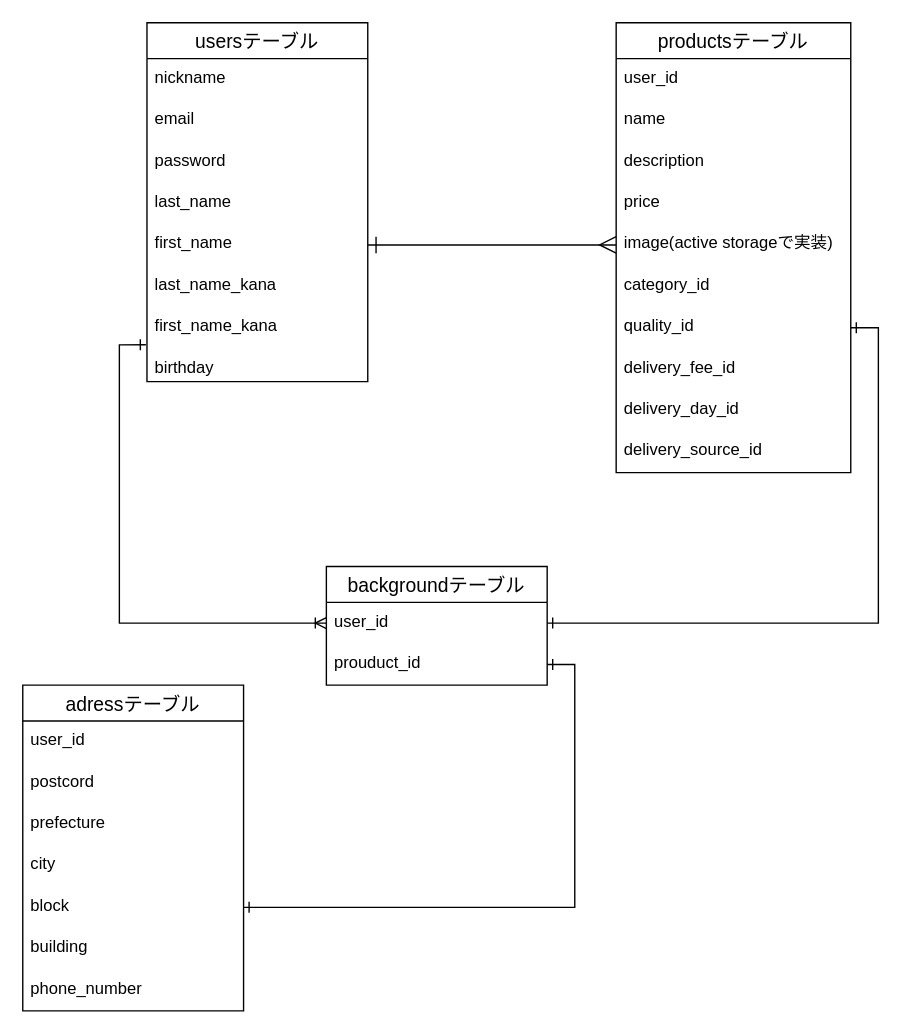
This is page "ページ1" (1 of 2) of furima.dio from SeyH0409/furima-32867, a draw.io file, before an edit. Source tidied: cells renumbered, new cells numbered last; positions are measured from the earlier drawing's top-left corner, leaving out a move shared by most shapes. Both pictures are drawn from the tidied source at 138%, with x=0, y=0 at pixel (22, 22).
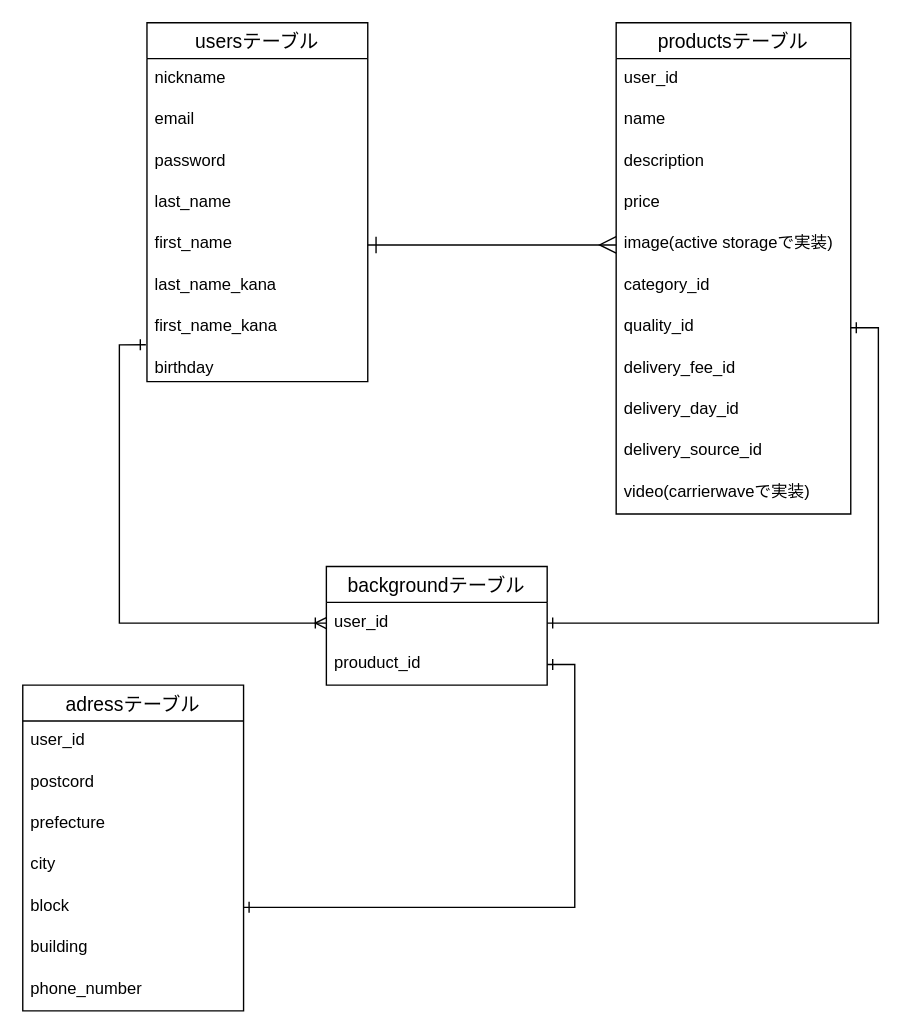
Above is the later version.

What changed in the source:
```diff
@@
     <mxCell id="11" value="productsテーブル" style="swimlane;fontStyle=0;horizontal=1;startSize=26;align=center;fontSize=14;" parent="1" vertex="1">
-      <mxGeometry x="430" width="170" height="326" as="geometry" />
+      <mxGeometry x="430" width="170" height="356" as="geometry" />
     </mxCell>
@@
+    <mxCell id="38" value="video(carrierwaveで実装)" style="text;strokeColor=none;fillColor=none;spacingLeft=4;spacingRight=4;overflow=hidden;fontSize=12;" parent="11" vertex="1">
+      <mxGeometry y="326" width="170" height="30" as="geometry" />
+    </mxCell>
```
